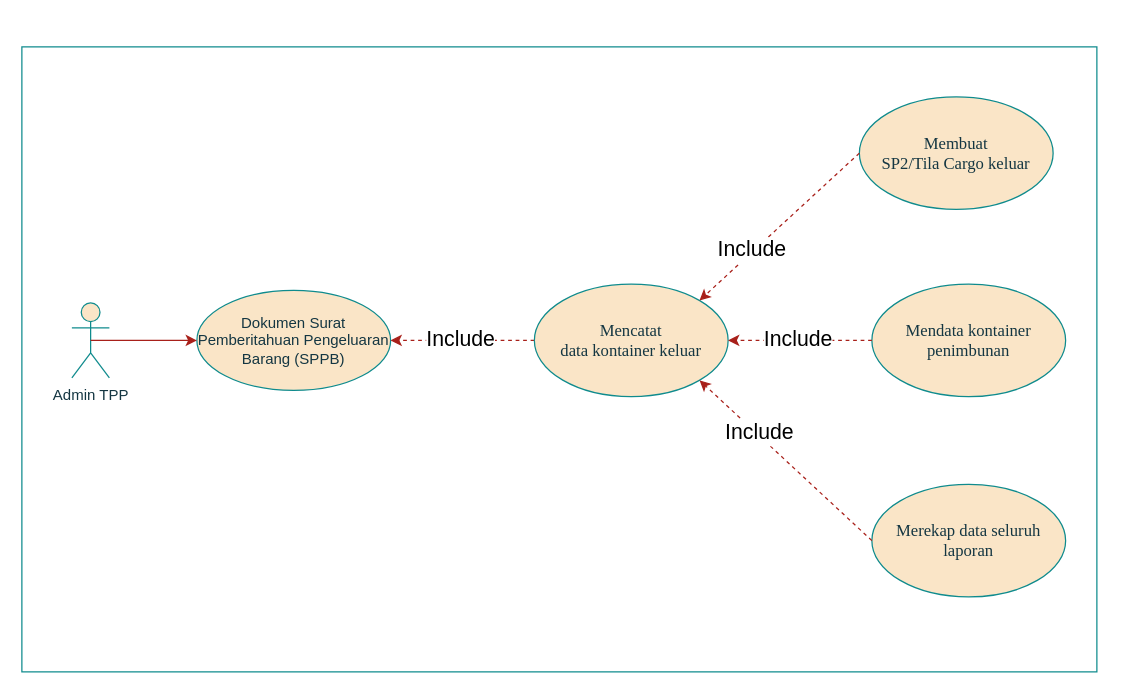
Before: page "detail keluar" (4 of 4) of usecase bab 3 pa tata.drawio in cuangshulhan/Flowchart, a draw.io diagram. Source tidied: cells renumbered, new cells numbered last; positions are measured from the earlier drawing's top-left corner, leaving out a move shared by most shapes. Both pictures are drawn from the tidied source at 125%, with x=0, y=0 at pixel (21, 46).
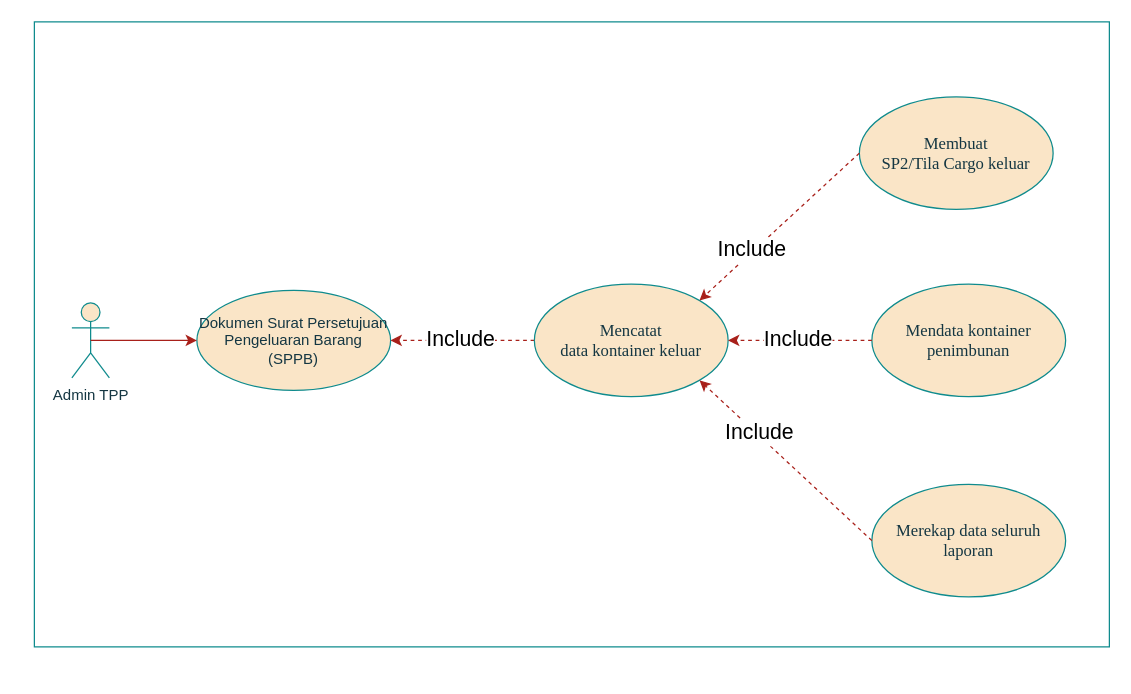
After the change.

What changed in the source:
```diff
@@
 <mxGraphModel>
   <root>
     <mxCell id="0" />
     <mxCell id="1" parent="0" />
     <mxCell id="2" value="Admin TPP" style="shape=umlActor;verticalLabelPosition=bottom;verticalAlign=top;html=1;fillColor=#FAE5C7;strokeColor=#0F8B8D;fontColor=#143642;" parent="1" vertex="1">
       <mxGeometry x="40" y="204.8" width="30" height="60" as="geometry" />
     </mxCell>
-    <mxCell id="3" value="Dokumen Surat Pemberitahuan Pengeluaran Barang (SPPB) " style="ellipse;whiteSpace=wrap;html=1;fillColor=#FAE5C7;strokeColor=#0F8B8D;fontColor=#143642;" parent="1" vertex="1">
+    <mxCell id="3" value="Dokumen Surat Persetujuan Pengeluaran Barang (SPPB) " style="ellipse;whiteSpace=wrap;html=1;fillColor=#FAE5C7;strokeColor=#0F8B8D;fontColor=#143642;" parent="1" vertex="1">
       <mxGeometry x="140" y="194.8" width="155" height="80" as="geometry" />
     </mxCell>
     <mxCell id="4" style="endArrow=classic;html=1;entryX=0;entryY=0.5;entryDx=0;entryDy=0;strokeColor=#A8201A;fontColor=#143642;labelBackgroundColor=#DAD2D8;exitX=0.5;exitY=0.5;exitDx=0;exitDy=0;exitPerimeter=0;" parent="1" edge="1" source="2" target="3">
       <mxGeometry relative="1" as="geometry" />
     </mxCell>
     <mxCell id="5" style="endArrow=classic;html=1;entryX=1;entryY=0.5;entryDx=0;entryDy=0;strokeColor=#A8201A;fontColor=#143642;labelBackgroundColor=#DAD2D8;dashed=1;exitX=0;exitY=0.5;exitDx=0;exitDy=0;" parent="1" edge="1" source="8" target="3">
       <mxGeometry relative="1" as="geometry" />
     </mxCell>
     <mxCell id="6" value="&lt;font style=&quot;font-size: 17px&quot;&gt;Include&lt;/font&gt;" style="edgeLabel;html=1;align=center;verticalAlign=middle;" parent="5" vertex="1">
       <mxGeometry x="0.33" y="-2" relative="1" as="geometry">
         <mxPoint x="16.5" y="2" as="offset" />
       </mxGeometry>
     </mxCell>
     <mxCell id="7" style="rounded=0;whiteSpace=wrap;html=1;sketch=0;strokeColor=#0F8B8D;fillColor=none;fontColor=#143642;" parent="1" vertex="1">
-      <mxGeometry width="860" height="500" as="geometry" />
+      <mxGeometry x="10" y="-20" width="860" height="500" as="geometry" />
     </mxCell>
     <mxCell id="8" value="&lt;span style=&quot;font-size: 10.0pt ; font-family: &amp;#34;calisto mt&amp;#34; , serif&quot; lang=&quot;EN-US&quot;&gt;Mencatat&lt;br&gt;data kontainer keluar&lt;/span&gt;" style="ellipse;whiteSpace=wrap;html=1;fillColor=#FAE5C7;strokeColor=#0F8B8D;fontColor=#143642;" parent="1" vertex="1">
       <mxGeometry x="410" y="189.8" width="155" height="90" as="geometry" />
     </mxCell>
     <mxCell id="9" value="&lt;span style=&quot;font-size: 10.0pt ; font-family: &amp;#34;calisto mt&amp;#34; , serif&quot; lang=&quot;EN-US&quot;&gt;Mendata kontainer penimbunan&lt;/span&gt;" style="ellipse;whiteSpace=wrap;html=1;fillColor=#FAE5C7;strokeColor=#0F8B8D;fontColor=#143642;" parent="1" vertex="1">
       <mxGeometry x="680" y="189.8" width="155" height="90" as="geometry" />
     </mxCell>
     <mxCell id="10" value="&lt;span style=&quot;font-size: 10.0pt ; font-family: &amp;#34;calisto mt&amp;#34; , serif&quot; lang=&quot;EN-US&quot;&gt;Membuat&lt;br&gt;SP2/Tila Cargo keluar&lt;/span&gt;" style="ellipse;whiteSpace=wrap;html=1;fillColor=#FAE5C7;strokeColor=#0F8B8D;fontColor=#143642;" parent="1" vertex="1">
       <mxGeometry x="670" y="40" width="155" height="90" as="geometry" />
     </mxCell>
     <mxCell id="11" value="&lt;span style=&quot;font-size: 10.0pt ; font-family: &amp;#34;calisto mt&amp;#34; , serif&quot; lang=&quot;EN-US&quot;&gt;Merekap data seluruh laporan&lt;/span&gt;" style="ellipse;whiteSpace=wrap;html=1;fillColor=#FAE5C7;strokeColor=#0F8B8D;fontColor=#143642;" parent="1" vertex="1">
       <mxGeometry x="680" y="350" width="155" height="90" as="geometry" />
     </mxCell>
     <mxCell id="12" style="endArrow=classic;html=1;entryX=1;entryY=0;entryDx=0;entryDy=0;strokeColor=#A8201A;fontColor=#143642;labelBackgroundColor=#DAD2D8;dashed=1;exitX=0;exitY=0.5;exitDx=0;exitDy=0;" parent="1" edge="1" source="10" target="8">
       <mxGeometry relative="1" as="geometry" />
     </mxCell>
     <mxCell id="13" value="&lt;font style=&quot;font-size: 17px&quot;&gt;Include&lt;/font&gt;" style="edgeLabel;html=1;align=center;verticalAlign=middle;" parent="12" vertex="1">
       <mxGeometry x="0.33" y="-2" relative="1" as="geometry" />
     </mxCell>
     <mxCell id="14" style="endArrow=classic;html=1;entryX=1;entryY=1;entryDx=0;entryDy=0;strokeColor=#A8201A;fontColor=#143642;labelBackgroundColor=#DAD2D8;dashed=1;exitX=0;exitY=0.5;exitDx=0;exitDy=0;" parent="1" edge="1" source="11" target="8">
       <mxGeometry relative="1" as="geometry" />
     </mxCell>
     <mxCell id="15" value="&lt;font style=&quot;font-size: 17px&quot;&gt;Include&lt;/font&gt;" style="edgeLabel;html=1;align=center;verticalAlign=middle;" parent="14" vertex="1">
       <mxGeometry x="0.33" y="-2" relative="1" as="geometry" />
     </mxCell>
     <mxCell id="16" style="endArrow=classic;html=1;strokeColor=#A8201A;fontColor=#143642;labelBackgroundColor=#DAD2D8;dashed=1;exitX=0;exitY=0.5;exitDx=0;exitDy=0;entryX=1;entryY=0.5;entryDx=0;entryDy=0;" parent="1" edge="1" source="9" target="8">
       <mxGeometry relative="1" as="geometry" />
     </mxCell>
     <mxCell id="17" value="&lt;font style=&quot;font-size: 17px&quot;&gt;Include&lt;/font&gt;" style="edgeLabel;html=1;align=center;verticalAlign=middle;" parent="16" vertex="1">
       <mxGeometry x="0.33" y="-2" relative="1" as="geometry">
         <mxPoint x="16.5" y="2" as="offset" />
       </mxGeometry>
     </mxCell>
   </root>
 </mxGraphModel>
```
